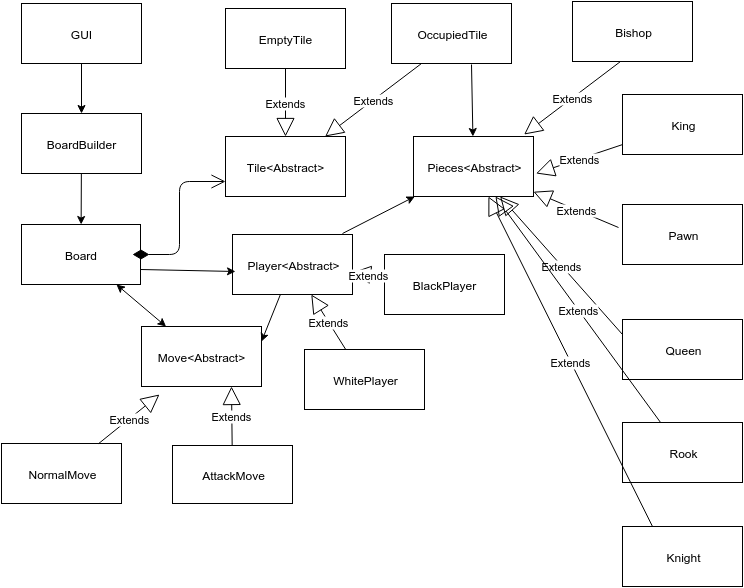
Before: dokumentointi/shakki-UML.png, a diagram exported from draw.io (tiikkala/shakki). Source tidied: cells renumbered, new cells last; positions are measured from the earlier drawing's top-left corner, leaving out a move shared by most shapes.
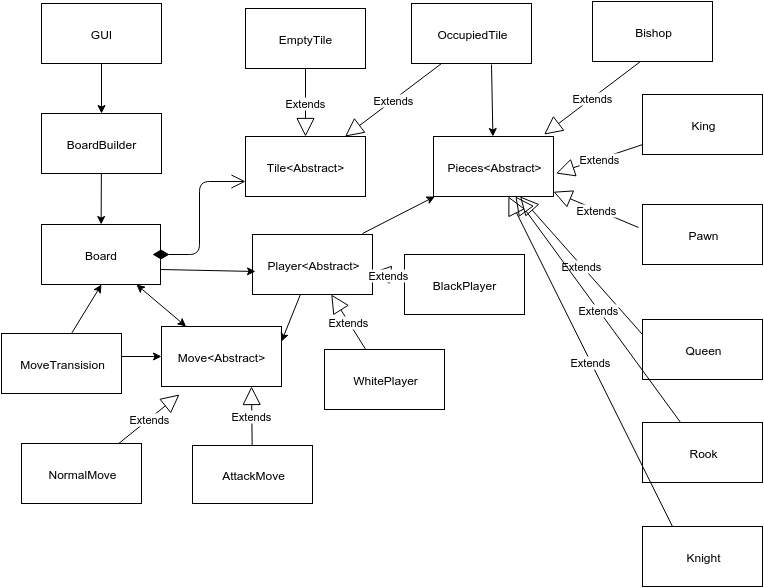
The same diagram one commit later.

Commit message:
uml & aiheenkuvaus päivitetty

The edit, as a diff of the source:
```diff
@@ -135,5 +135,16 @@
         <mxPoint x="470" y="63" as="sourcePoint" />
       </mxGeometry>
     </mxCell>
+    <mxCell id="41" value="MoveTransision" style="whiteSpace=wrap;html=1;strokeColor=#000000;fillColor=#ffffff;" parent="1" vertex="1">
+      <mxGeometry x="-20" y="332" width="120" height="60" as="geometry" />
+    </mxCell>
+    <mxCell id="42" style="endArrow=classic;html=1;entryX=0.5;entryY=1;" parent="1" edge="1" target="4">
+      <mxGeometry x="140" y="120" as="geometry">
+        <mxPoint x="50" y="332" as="sourcePoint" />
+      </mxGeometry>
+    </mxCell>
+    <mxCell id="43" style="endArrow=classic;html=1;entryX=0;entryY=0.5;exitX=1;exitY=0.383;exitPerimeter=0;" parent="1" edge="1" source="41" target="5">
+      <mxGeometry x="150" y="130" as="geometry" />
+    </mxCell>
   </root>
 </mxGraphModel>
```
